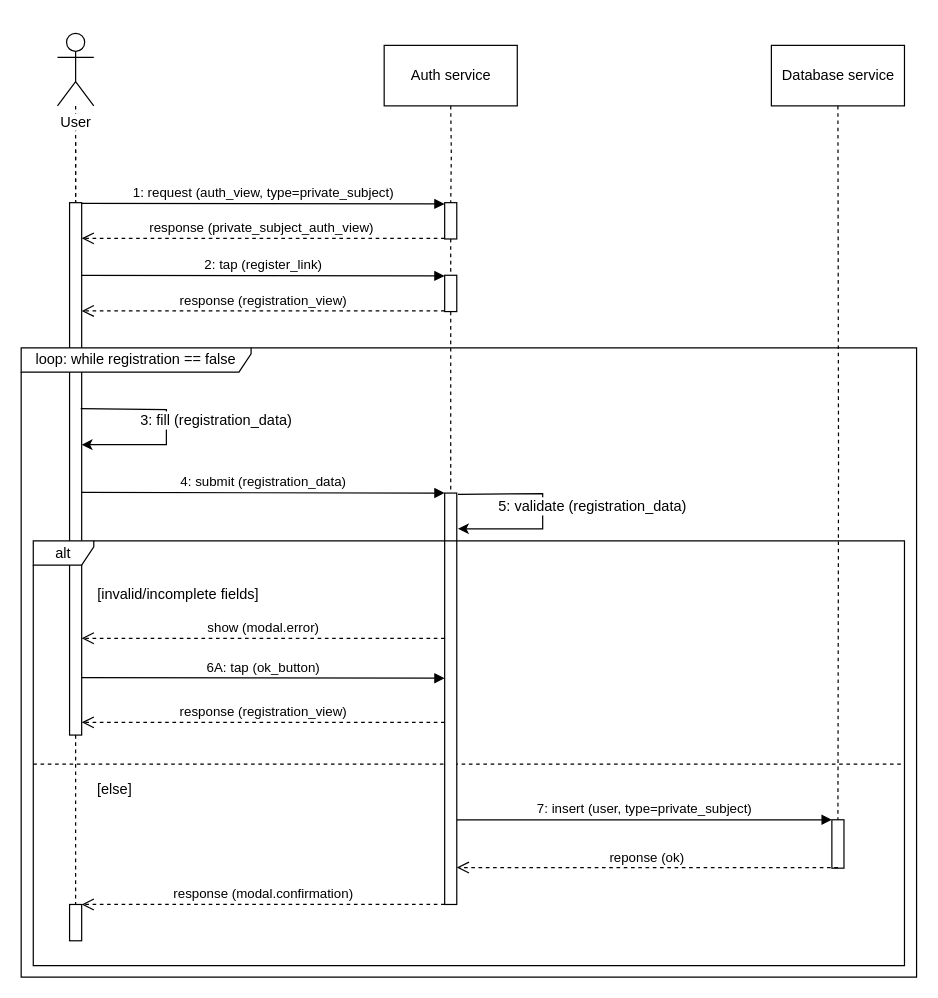
This is RASD/assets/sequence_diagrams/registration_private_subject.drawio from Tallino/DaneseSavoldelli, a draw.io file, before an edit. Source tidied: cells renumbered, new cells numbered last; positions are measured from the earlier drawing's top-left corner, leaving out a move shared by most shapes. Both pictures are drawn from the tidied source at 121%, with x=0, y=0 at pixel (21, 33).
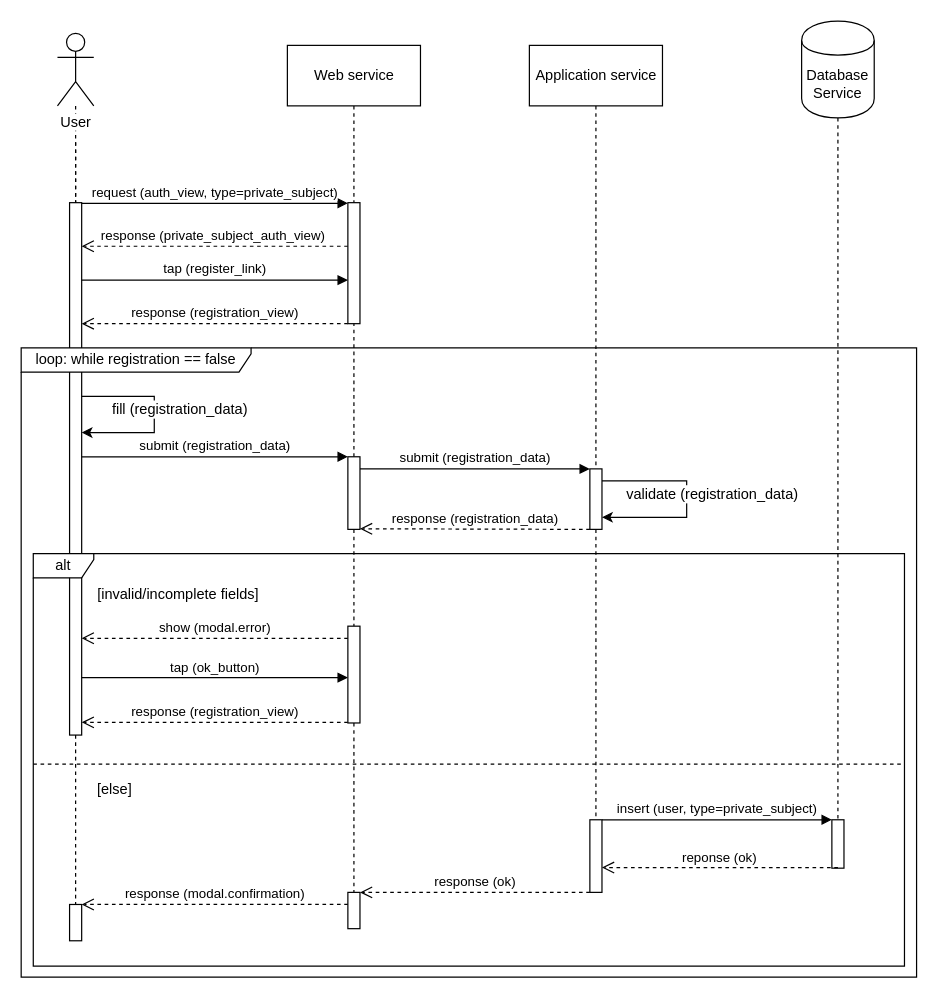
After the change.

Unchanged cells that the change refers to:
```xml
<mxCell id="2" style="html=1;points=[];perimeter=orthogonalPerimeter;" parent="1" vertex="1">
  <mxGeometry x="40" y="140" width="10" height="440" as="geometry" />
</mxCell>
<mxCell id="12" style="html=1;points=[];perimeter=orthogonalPerimeter;" parent="1" vertex="1">
  <mxGeometry x="40" y="720" width="10" height="30" as="geometry" />
</mxCell>
<mxCell id="17" style="html=1;points=[];perimeter=orthogonalPerimeter;" parent="1" vertex="1">
  <mxGeometry x="670" y="650" width="10" height="40" as="geometry" />
</mxCell>
```

The edit, as a diff of the source:
```diff
@@
-    <mxCell id="3" value="loop: while registration == false" style="shape=umlFrame;whiteSpace=wrap;html=1;width=190;height=20;" parent="1" vertex="1">
-      <mxGeometry y="260" width="740" height="520" as="geometry" />
-    </mxCell>
@@
-    <mxCell id="5" value="Auth service" style="html=1;" parent="1" vertex="1">
-      <mxGeometry x="300" y="10" width="110" height="50" as="geometry" />
+    <mxCell id="5" value="Web service" style="html=1;" parent="1" vertex="1">
+      <mxGeometry x="220" y="10" width="110" height="50" as="geometry" />
     </mxCell>
-    <mxCell id="6" value="Database service" style="html=1;" parent="1" vertex="1">
-      <mxGeometry x="620" y="10" width="110" height="50" as="geometry" />
-    </mxCell>
@@
-    <mxCell id="10" style="edgeStyle=none;rounded=0;orthogonalLoop=1;jettySize=auto;html=1;endArrow=classic;endFill=1;exitX=0.92;exitY=0.387;exitDx=0;exitDy=0;exitPerimeter=0;" parent="1" edge="1" source="2" target="2">
+    <mxCell id="10" style="edgeStyle=none;rounded=0;jettySize=auto;html=1;endArrow=classic;endFill=1;" parent="1" edge="1" target="2">
       <mxGeometry relative="1" as="geometry">
+        <mxPoint x="50" y="300" as="sourcePoint" />
         <Array as="points">
-          <mxPoint x="120" y="311" />
-          <mxPoint x="120" y="340" />
+          <mxPoint x="110" y="300" />
+          <mxPoint x="110" y="330" />
         </Array>
       </mxGeometry>
     </mxCell>
-    <mxCell id="11" value="3: fill (registration_data)" style="text;html=1;align=center;verticalAlign=middle;labelBackgroundColor=#ffffff;" parent="10" vertex="1">
+    <mxCell id="11" value="fill (registration_data)" style="text;html=1;align=center;verticalAlign=middle;labelBackgroundColor=#ffffff;" parent="10" vertex="1">
       <mxGeometry x="-0.4" y="-2" relative="1" as="geometry">
-        <mxPoint x="60" y="7" as="offset" />
+        <mxPoint x="35" y="8" as="offset" />
       </mxGeometry>
     </mxCell>
@@
-    <mxCell id="13" style="edgeStyle=orthogonalEdgeStyle;rounded=0;jettySize=auto;html=1;endFill=0;anchorPointDirection=1;dashed=1;endArrow=none;" parent="1" edge="1" target="15">
-      <mxGeometry relative="1" as="geometry">
-        <mxPoint x="355" y="60" as="sourcePoint" />
-      </mxGeometry>
+    <mxCell id="13" style="edgeStyle=orthogonalEdgeStyle;rounded=0;jettySize=auto;html=1;endFill=0;anchorPointDirection=1;dashed=1;endArrow=none;" parent="1" edge="1" source="5" target="15">
+      <mxGeometry relative="1" as="geometry" />
     </mxCell>
-    <mxCell id="14" style="edgeStyle=orthogonalEdgeStyle;rounded=0;jettySize=auto;html=1;dashed=1;endArrow=none;endFill=0;" parent="1" edge="1" source="15" target="34">
-      <mxGeometry relative="1" as="geometry" />
-    </mxCell>
-    <mxCell id="15" style="html=1;points=[];perimeter=orthogonalPerimeter;" parent="1" vertex="1">
-      <mxGeometry x="350" y="140" width="10" height="30" as="geometry" />
-    </mxCell>
-    <mxCell id="16" style="edgeStyle=orthogonalEdgeStyle;rounded=0;jettySize=auto;html=1;endFill=0;anchorPointDirection=1;dashed=1;endArrow=none;entryX=0.5;entryY=0;entryDx=0;entryDy=0;entryPerimeter=0;" parent="1" edge="1" target="17">
-      <mxGeometry relative="1" as="geometry">
-        <mxPoint x="675" y="60" as="sourcePoint" />
-      </mxGeometry>
+    <mxCell id="16" style="edgeStyle=orthogonalEdgeStyle;rounded=0;jettySize=auto;html=1;endFill=0;anchorPointDirection=1;dashed=1;endArrow=none;entryX=0.5;entryY=0;entryDx=0;entryDy=0;entryPerimeter=0;exitX=0.5;exitY=1;exitDx=0;exitDy=0;" parent="1" edge="1" source="50" target="17">
+      <mxGeometry relative="1" as="geometry" />
     </mxCell>
@@
-    <mxCell id="18" style="html=1;perimeter=orthogonalPerimeter;" parent="1" vertex="1">
-      <mxGeometry x="350" y="200" width="10" height="30" as="geometry" />
-    </mxCell>
-    <mxCell id="19" value="1: request (auth_view, type=private_subject)" style="html=1;verticalAlign=bottom;endArrow=block;" parent="1" edge="1">
+    <mxCell id="19" value="request (auth_view, type=private_subject)" style="html=1;verticalAlign=bottom;endArrow=block;" parent="1" edge="1" target="15">
       <mxGeometry relative="1" as="geometry">
         <mxPoint x="50" y="140.5" as="sourcePoint" />
-        <mxPoint x="350" y="141" as="targetPoint" />
       </mxGeometry>
     </mxCell>
     <mxCell id="20" value="response (private_subject_auth_view)&amp;nbsp;" style="html=1;verticalAlign=bottom;endArrow=open;dashed=1;endSize=8;" parent="1" edge="1" target="2">
       <mxGeometry relative="1" as="geometry">
-        <mxPoint x="350" y="169.5" as="sourcePoint" />
+        <mxPoint x="270" y="176" as="sourcePoint" />
+        <Array as="points">
+          <mxPoint x="70" y="176" />
+        </Array>
       </mxGeometry>
     </mxCell>
-    <mxCell id="21" value="2: tap (register_link)" style="html=1;verticalAlign=bottom;endArrow=block;" parent="1" edge="1">
+    <mxCell id="21" value="tap (register_link)" style="html=1;verticalAlign=bottom;endArrow=block;" parent="1" edge="1" target="15">
       <mxGeometry relative="1" as="geometry">
-        <mxPoint x="50" y="200" as="sourcePoint" />
-        <mxPoint x="350" y="200.5" as="targetPoint" />
+        <mxPoint x="50" y="204" as="sourcePoint" />
       </mxGeometry>
     </mxCell>
-    <mxCell id="22" value="response (registration_view)" style="html=1;verticalAlign=bottom;endArrow=open;dashed=1;endSize=8;" parent="1" edge="1">
+    <mxCell id="22" value="response (registration_view)" style="html=1;verticalAlign=bottom;endArrow=open;dashed=1;endSize=8;" parent="1" edge="1" source="15" target="2">
       <mxGeometry relative="1" as="geometry">
-        <mxPoint x="350" y="229.5" as="sourcePoint" />
-        <mxPoint x="50" y="229.5" as="targetPoint" />
+        <Array as="points">
+          <mxPoint x="110" y="240" />
+        </Array>
       </mxGeometry>
     </mxCell>
-    <mxCell id="23" value="4: submit (registration_data)" style="html=1;verticalAlign=bottom;endArrow=block;" parent="1" edge="1">
+    <mxCell id="23" value="submit (registration_data)" style="html=1;verticalAlign=bottom;endArrow=block;" parent="1" edge="1">
       <mxGeometry relative="1" as="geometry">
-        <mxPoint x="50" y="379.5" as="sourcePoint" />
-        <mxPoint x="350" y="380" as="targetPoint" />
+        <mxPoint x="50" y="350" as="sourcePoint" />
+        <mxPoint x="270" y="350" as="targetPoint" />
       </mxGeometry>
     </mxCell>
-    <mxCell id="24" style="edgeStyle=none;rounded=0;orthogonalLoop=1;jettySize=auto;html=1;endArrow=classic;endFill=1;" parent="1" edge="1">
+    <mxCell id="24" style="edgeStyle=none;rounded=0;orthogonalLoop=1;jettySize=auto;html=1;endArrow=classic;endFill=1;" parent="1" edge="1" source="34" target="34">
       <mxGeometry relative="1" as="geometry">
-        <mxPoint x="361" y="381" as="sourcePoint" />
-        <mxPoint x="361" y="409.5" as="targetPoint" />
         <Array as="points">
-          <mxPoint x="431" y="380.5" />
-          <mxPoint x="431" y="409.5" />
+          <mxPoint x="486" y="370" />
+          <mxPoint x="550" y="370" />
+          <mxPoint x="550" y="400" />
         </Array>
       </mxGeometry>
     </mxCell>
-    <mxCell id="25" value="5: validate (registration_data)" style="text;html=1;align=center;verticalAlign=middle;labelBackgroundColor=#ffffff;" parent="24" vertex="1">
+    <mxCell id="25" value="validate (registration_data)" style="text;html=1;align=center;verticalAlign=middle;labelBackgroundColor=#ffffff;" parent="24" vertex="1">
       <mxGeometry x="-0.4" y="-2" relative="1" as="geometry">
-        <mxPoint x="59" y="7.5" as="offset" />
+        <mxPoint x="39" y="8" as="offset" />
       </mxGeometry>
     </mxCell>
@@
-    <mxCell id="28" value="show (modal.error)" style="html=1;verticalAlign=bottom;endArrow=open;dashed=1;endSize=8;" parent="1" edge="1">
+    <mxCell id="28" value="show (modal.error)" style="html=1;verticalAlign=bottom;endArrow=open;dashed=1;endSize=8;" parent="1" edge="1" source="43">
       <mxGeometry relative="1" as="geometry">
-        <mxPoint x="350" y="500" as="sourcePoint" />
         <mxPoint x="50" y="500" as="targetPoint" />
       </mxGeometry>
     </mxCell>
-    <mxCell id="29" value="6A: tap (ok_button)" style="html=1;verticalAlign=bottom;endArrow=block;" parent="1" edge="1">
+    <mxCell id="29" value="tap (ok_button)" style="html=1;verticalAlign=bottom;endArrow=block;" parent="1" edge="1" target="43">
       <mxGeometry relative="1" as="geometry">
         <mxPoint x="50" y="532.5" as="sourcePoint" />
-        <mxPoint x="350" y="533" as="targetPoint" />
       </mxGeometry>
     </mxCell>
-    <mxCell id="30" value="response (registration_view)" style="html=1;verticalAlign=bottom;endArrow=open;dashed=1;endSize=8;" parent="1" edge="1">
+    <mxCell id="30" value="response (registration_view)" style="html=1;verticalAlign=bottom;endArrow=open;dashed=1;endSize=8;" parent="1" edge="1" source="43">
       <mxGeometry relative="1" as="geometry">
-        <mxPoint x="350" y="569.5" as="sourcePoint" />
         <mxPoint x="50" y="569.5" as="targetPoint" />
       </mxGeometry>
     </mxCell>
-    <mxCell id="31" value="7: insert (user, type=private_subject)" style="html=1;verticalAlign=bottom;endArrow=block;entryX=0;entryY=0;entryDx=0;entryDy=0;entryPerimeter=0;" parent="1" edge="1" source="34" target="17">
+    <mxCell id="31" value="insert (user, type=private_subject)" style="html=1;verticalAlign=bottom;endArrow=block;entryX=0;entryY=0;entryDx=0;entryDy=0;entryPerimeter=0;" parent="1" edge="1" source="46" target="17">
       <mxGeometry relative="1" as="geometry" />
     </mxCell>
-    <mxCell id="32" value="reponse (ok)" style="html=1;verticalAlign=bottom;endArrow=open;dashed=1;endSize=8;" parent="1" edge="1" target="34">
+    <mxCell id="32" value="reponse (ok)" style="html=1;verticalAlign=bottom;endArrow=open;dashed=1;endSize=8;" parent="1" edge="1" target="46">
       <mxGeometry relative="1" as="geometry">
         <mxPoint x="675" y="689.5" as="sourcePoint" />
       </mxGeometry>
     </mxCell>
     <mxCell id="33" value="response (modal.confirmation)" style="html=1;verticalAlign=bottom;endArrow=open;dashed=1;endSize=8;" parent="1" edge="1">
       <mxGeometry relative="1" as="geometry">
-        <mxPoint x="350" y="720" as="sourcePoint" />
+        <mxPoint x="270" y="720" as="sourcePoint" />
         <mxPoint x="50" y="720" as="targetPoint" />
       </mxGeometry>
     </mxCell>
+    <mxCell id="35" style="html=1;verticalAlign=bottom;endArrow=none;dashed=1;endFill=0;" parent="1" edge="1" target="12">
+      <mxGeometry relative="1" as="geometry">
+        <mxPoint x="45" y="580" as="sourcePoint" />
+      </mxGeometry>
+    </mxCell>
+    <mxCell id="15" style="html=1;points=[];perimeter=orthogonalPerimeter;" parent="1" vertex="1">
+      <mxGeometry x="270" y="140" width="10" height="100" as="geometry" />
+    </mxCell>
+    <mxCell id="37" style="edgeStyle=orthogonalEdgeStyle;rounded=0;jettySize=auto;html=1;dashed=1;labelBackgroundColor=none;startArrow=none;startFill=0;endArrow=none;endFill=0;" parent="1" edge="1" source="38" target="34">
+      <mxGeometry relative="1" as="geometry" />
+    </mxCell>
+    <mxCell id="38" value="Application service" style="html=1;" parent="1" vertex="1">
+      <mxGeometry x="420" y="10" width="110" height="50" as="geometry" />
+    </mxCell>
+    <mxCell id="39" style="edgeStyle=orthogonalEdgeStyle;rounded=0;jettySize=auto;html=1;dashed=1;labelBackgroundColor=none;startArrow=none;startFill=0;endArrow=none;endFill=0;" parent="1" edge="1" source="41" target="15">
+      <mxGeometry relative="1" as="geometry" />
+    </mxCell>
+    <mxCell id="40" style="edgeStyle=orthogonalEdgeStyle;rounded=0;jettySize=auto;html=1;dashed=1;labelBackgroundColor=none;startArrow=none;startFill=0;endArrow=none;endFill=0;" parent="1" edge="1" source="41" target="43">
+      <mxGeometry relative="1" as="geometry" />
+    </mxCell>
+    <mxCell id="41" style="html=1;points=[];perimeter=orthogonalPerimeter;" parent="1" vertex="1">
+      <mxGeometry x="270" y="350" width="10" height="60" as="geometry" />
+    </mxCell>
+    <mxCell id="42" style="edgeStyle=orthogonalEdgeStyle;rounded=0;jettySize=auto;html=1;dashed=1;labelBackgroundColor=none;startArrow=none;startFill=0;endArrow=none;endFill=0;" parent="1" edge="1" source="43" target="44">
+      <mxGeometry relative="1" as="geometry" />
+    </mxCell>
+    <mxCell id="43" style="html=1;points=[];perimeter=orthogonalPerimeter;" parent="1" vertex="1">
+      <mxGeometry x="270" y="490" width="10" height="80" as="geometry" />
+    </mxCell>
+    <mxCell id="44" style="html=1;points=[];perimeter=orthogonalPerimeter;" parent="1" vertex="1">
+      <mxGeometry x="270" y="710" width="10" height="30" as="geometry" />
+    </mxCell>
+    <mxCell id="45" style="edgeStyle=orthogonalEdgeStyle;rounded=0;jettySize=auto;html=1;dashed=1;labelBackgroundColor=none;startArrow=none;startFill=0;endArrow=none;endFill=0;" parent="1" edge="1" source="34" target="46">
+      <mxGeometry relative="1" as="geometry" />
+    </mxCell>
     <mxCell id="34" style="html=1;points=[];perimeter=orthogonalPerimeter;" parent="1" vertex="1">
-      <mxGeometry x="350" y="380" width="10" height="340" as="geometry" />
+      <mxGeometry x="470" y="360" width="10" height="50" as="geometry" />
     </mxCell>
-    <mxCell id="35" style="html=1;verticalAlign=bottom;endArrow=none;dashed=1;endFill=0;" parent="1" edge="1" target="12">
-      <mxGeometry relative="1" as="geometry">
-        <mxPoint x="45" y="580" as="sourcePoint" />
-      </mxGeometry>
-    </mxCell>
+    <mxCell id="46" style="html=1;points=[];perimeter=orthogonalPerimeter;" parent="1" vertex="1">
+      <mxGeometry x="470" y="650" width="10" height="60" as="geometry" />
+    </mxCell>
+    <mxCell id="47" value="submit (registration_data)" style="html=1;verticalAlign=bottom;endArrow=block;" parent="1" edge="1">
+      <mxGeometry relative="1" as="geometry">
+        <mxPoint x="280" y="360" as="sourcePoint" />
+        <mxPoint x="470" y="360" as="targetPoint" />
+      </mxGeometry>
+    </mxCell>
+    <mxCell id="48" value="response (registration_data)" style="html=1;verticalAlign=bottom;endArrow=open;dashed=1;endSize=8;" parent="1" edge="1">
+      <mxGeometry relative="1" as="geometry">
+        <mxPoint x="470" y="410" as="sourcePoint" />
+        <mxPoint x="280" y="409.5" as="targetPoint" />
+      </mxGeometry>
+    </mxCell>
+    <mxCell id="49" value="response (ok)" style="html=1;verticalAlign=bottom;endArrow=open;dashed=1;endSize=8;" parent="1" edge="1" target="44">
+      <mxGeometry relative="1" as="geometry">
+        <mxPoint x="470" y="710" as="sourcePoint" />
+      </mxGeometry>
+    </mxCell>
+    <mxCell id="50" value="Database&lt;br&gt;Service" style="shape=cylinder;whiteSpace=wrap;html=1;boundedLbl=1;backgroundOutline=1;" parent="1" vertex="1">
+      <mxGeometry x="645" y="-10" width="60" height="80" as="geometry" />
+    </mxCell>
     <mxCell id="36" value="alt" style="shape=umlFrame;whiteSpace=wrap;html=1;width=50;height=20;" parent="1" vertex="1">
-      <mxGeometry x="10" y="419.5" width="720" height="351" as="geometry" />
+      <mxGeometry x="10" y="430" width="720" height="341" as="geometry" />
     </mxCell>
+    <mxCell id="3" value="loop: while registration == false" style="shape=umlFrame;whiteSpace=wrap;html=1;width=190;height=20;" parent="1" vertex="1">
+      <mxGeometry y="260" width="740" height="520" as="geometry" />
+    </mxCell>
```
